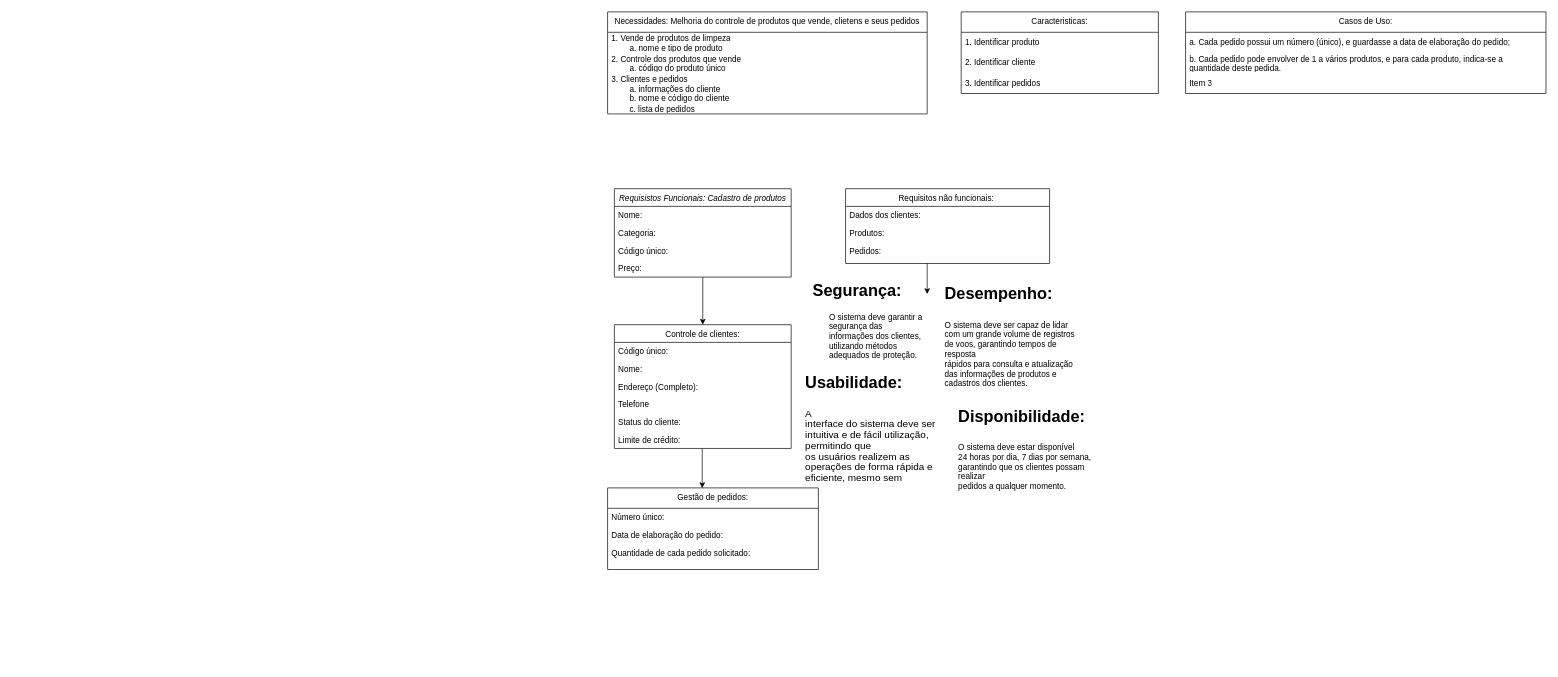
Before: Diagrama sem nome.drawio in eCsmDv/eduardomarques, a draw.io diagram. Source tidied: cells renumbered, new cells numbered last; positions are measured from the earlier drawing's top-left corner, leaving out a move shared by most shapes. Both pictures are drawn from the tidied source at 68%, with x=0, y=0 at pixel (607, 12).
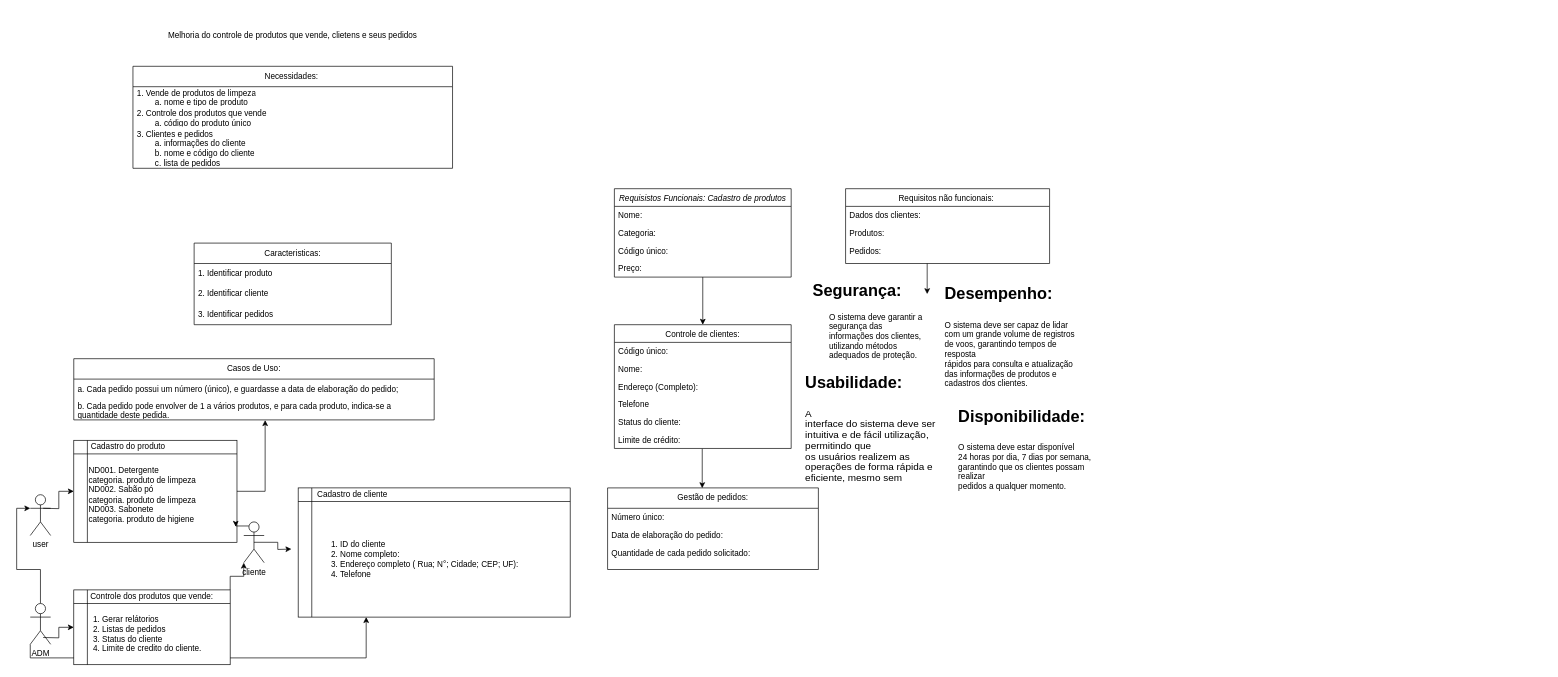
The same page after the edit.

Unchanged cells that the change refers to:
```xml
<mxCell id="33" value="b. Cada pedido pode envolver de 1 a vários produtos, e para cada produto, indica-se a quantidade deste pedida." style="text;strokeColor=none;fillColor=none;align=left;verticalAlign=middle;spacingLeft=4;spacingRight=4;overflow=hidden;points=[[0,0.5],[1,0.5]];portConstraint=eastwest;whiteSpace=wrap;html=1;" parent="31" vertex="1">
  <mxGeometry y="60" width="530" height="30" as="geometry" />
</mxCell>
```

Diff of the diagram source:
```diff
@@
-    <mxCell id="23" value="Necessidades: Melhoria do controle de produtos que vende, clietens e seus pedidos" style="swimlane;fontStyle=0;horizontal=1;startSize=30;whiteSpace=wrap;html=1;" parent="1" vertex="1">
-      <mxGeometry width="470" height="150" as="geometry" />
+    <mxCell id="23" value="Necessidades:&amp;nbsp;" style="swimlane;fontStyle=0;horizontal=1;startSize=30;whiteSpace=wrap;html=1;" parent="1" vertex="1">
+      <mxGeometry x="-698" y="80" width="470" height="150" as="geometry" />
     </mxCell>
@@
     <mxCell id="27" value="Caracteristicas:" style="swimlane;fontStyle=0;horizontal=1;startSize=30;whiteSpace=wrap;html=1;" parent="1" vertex="1">
-      <mxGeometry x="520" width="290" height="120" as="geometry" />
+      <mxGeometry x="-608" y="340" width="290" height="120" as="geometry" />
     </mxCell>
@@
     <mxCell id="31" value="Casos de Uso:" style="swimlane;fontStyle=0;horizontal=1;startSize=30;whiteSpace=wrap;html=1;" parent="1" vertex="1">
-      <mxGeometry x="850" width="530" height="120" as="geometry" />
+      <mxGeometry x="-785" y="510" width="530" height="90" as="geometry" />
     </mxCell>
@@
-    <mxCell id="34" value="Item 3" style="text;strokeColor=none;fillColor=none;align=left;verticalAlign=middle;spacingLeft=4;spacingRight=4;overflow=hidden;whiteSpace=wrap;html=1;" parent="31" vertex="1">
-      <mxGeometry y="90" width="530" height="30" as="geometry" />
-    </mxCell>
@@
+    <mxCell id="41" value="Melhoria do controle de produtos que vende, clietens e seus pedidos" style="text;html=1;align=center;verticalAlign=middle;whiteSpace=wrap;rounded=0;" parent="1" vertex="1">
+      <mxGeometry x="-663" y="20" width="400" height="30" as="geometry" />
+    </mxCell>
+    <mxCell id="42" style="edgeStyle=orthogonalEdgeStyle;rounded=0;jettySize=auto;html=1;exitX=0.5;exitY=0;exitDx=0;exitDy=0;exitPerimeter=0;" parent="1" edge="1" target="44">
+      <mxGeometry relative="1" as="geometry">
+        <mxPoint x="-830" y="730" as="sourcePoint" />
+      </mxGeometry>
+    </mxCell>
+    <mxCell id="43" value="user" style="shape=umlActor;verticalLabelPosition=bottom;verticalAlign=top;html=1;outlineConnect=0;" parent="1" vertex="1">
+      <mxGeometry x="-849" y="710" width="30" height="60" as="geometry" />
+    </mxCell>
+    <mxCell id="44" style="shape=internalStorage;whiteSpace=wrap;html=1;backgroundOutline=1;" parent="1" vertex="1">
+      <mxGeometry x="-785" y="630" width="240" height="150" as="geometry" />
+    </mxCell>
+    <mxCell id="45" value="Cadastro do produto" style="text;html=1;align=center;verticalAlign=middle;whiteSpace=wrap;rounded=0;" parent="1" vertex="1">
+      <mxGeometry x="-775" y="630" width="140" height="20" as="geometry" />
+    </mxCell>
+    <mxCell id="46" style="edgeStyle=orthogonalEdgeStyle;rounded=0;jettySize=auto;html=1;exitX=0.5;exitY=0.5;exitDx=0;exitDy=0;exitPerimeter=0;entryX=0;entryY=0.5;entryDx=0;entryDy=0;" parent="1" edge="1" target="50">
+      <mxGeometry relative="1" as="geometry">
+        <mxPoint x="-830" y="920" as="sourcePoint" />
+      </mxGeometry>
+    </mxCell>
+    <mxCell id="47" style="edgeStyle=orthogonalEdgeStyle;rounded=0;jettySize=auto;html=1;exitX=0.5;exitY=0;exitDx=0;exitDy=0;exitPerimeter=0;entryX=0;entryY=0.3333333333333333;entryDx=0;entryDy=0;entryPerimeter=0;" parent="1" edge="1" source="49" target="43">
+      <mxGeometry relative="1" as="geometry" />
+    </mxCell>
+    <mxCell id="48" style="edgeStyle=orthogonalEdgeStyle;rounded=0;jettySize=auto;html=1;exitX=0;exitY=1;exitDx=0;exitDy=0;exitPerimeter=0;entryX=0.25;entryY=1;entryDx=0;entryDy=0;" parent="1" edge="1" source="49" target="56">
+      <mxGeometry relative="1" as="geometry" />
+    </mxCell>
+    <mxCell id="49" value="ADM" style="shape=umlActor;verticalLabelPosition=bottom;verticalAlign=top;html=1;outlineConnect=0;" parent="1" vertex="1">
+      <mxGeometry x="-849" y="870" width="30" height="60" as="geometry" />
+    </mxCell>
+    <mxCell id="50" style="shape=internalStorage;whiteSpace=wrap;html=1;backgroundOutline=1;" parent="1" vertex="1">
+      <mxGeometry x="-785" y="850" width="230" height="110" as="geometry" />
+    </mxCell>
+    <mxCell id="51" value="Controle dos produtos que vende:" style="text;html=1;align=center;verticalAlign=middle;whiteSpace=wrap;rounded=0;" parent="1" vertex="1">
+      <mxGeometry x="-785" y="850" width="230" height="20" as="geometry" />
+    </mxCell>
+    <mxCell id="52" value="&lt;ol&gt;&lt;li&gt;Gerar relátorios&amp;nbsp;&lt;/li&gt;&lt;li&gt;Listas de pedidos&lt;/li&gt;&lt;li&gt;Status do cliente&lt;/li&gt;&lt;li&gt;Limite de credito do cliente.&lt;/li&gt;&lt;/ol&gt;" style="text;html=1;align=left;verticalAlign=middle;whiteSpace=wrap;rounded=0;" parent="1" vertex="1">
+      <mxGeometry x="-785" y="870" width="230" height="90" as="geometry" />
+    </mxCell>
+    <mxCell id="53" value="ND001. Detergente&lt;div&gt;categoria. produto de limpeza&lt;br&gt;&lt;div&gt;ND002. Sabão pó&lt;/div&gt;&lt;div&gt;categoria. produto de limpeza&lt;br&gt;&lt;/div&gt;&lt;div&gt;ND003. Sabonete&lt;/div&gt;&lt;/div&gt;&lt;div&gt;categoria. produto de higiene&lt;/div&gt;" style="text;html=1;align=left;verticalAlign=middle;whiteSpace=wrap;rounded=0;" parent="1" vertex="1">
+      <mxGeometry x="-765" y="650" width="210" height="120" as="geometry" />
+    </mxCell>
+    <mxCell id="54" style="edgeStyle=orthogonalEdgeStyle;rounded=0;jettySize=auto;html=1;exitX=0.5;exitY=0.5;exitDx=0;exitDy=0;exitPerimeter=0;" parent="1" edge="1" source="55">
+      <mxGeometry relative="1" as="geometry">
+        <mxPoint x="-465" y="790" as="targetPoint" />
+      </mxGeometry>
+    </mxCell>
+    <mxCell id="55" value="cliente" style="shape=umlActor;verticalLabelPosition=bottom;verticalAlign=top;html=1;outlineConnect=0;" parent="1" vertex="1">
+      <mxGeometry x="-535" y="750" width="30" height="60" as="geometry" />
+    </mxCell>
+    <mxCell id="56" style="shape=internalStorage;whiteSpace=wrap;html=1;backgroundOutline=1;" parent="1" vertex="1">
+      <mxGeometry x="-455" y="700" width="400" height="190" as="geometry" />
+    </mxCell>
+    <mxCell id="57" style="edgeStyle=orthogonalEdgeStyle;rounded=0;jettySize=auto;html=1;exitX=1;exitY=0.5;exitDx=0;exitDy=0;entryX=0.531;entryY=1.011;entryDx=0;entryDy=0;entryPerimeter=0;" parent="1" edge="1" source="44" target="33">
+      <mxGeometry relative="1" as="geometry" />
+    </mxCell>
+    <mxCell id="58" value="Cadastro de cliente" style="text;html=1;align=center;verticalAlign=middle;whiteSpace=wrap;rounded=0;" parent="1" vertex="1">
+      <mxGeometry x="-435" y="695" width="120" height="30" as="geometry" />
+    </mxCell>
+    <mxCell id="59" value="&lt;ol&gt;&lt;li&gt;ID do cliente&lt;/li&gt;&lt;li&gt;Nome completo:&lt;/li&gt;&lt;li&gt;Endereço completo ( Rua; N°; Cidade; CEP; UF):&lt;/li&gt;&lt;li&gt;Telefone&lt;/li&gt;&lt;/ol&gt;" style="text;html=1;align=left;verticalAlign=middle;whiteSpace=wrap;rounded=0;" parent="1" vertex="1">
+      <mxGeometry x="-435" y="720" width="370" height="170" as="geometry" />
+    </mxCell>
+    <mxCell id="60" style="edgeStyle=orthogonalEdgeStyle;rounded=0;jettySize=auto;html=1;exitX=0.25;exitY=0.1;exitDx=0;exitDy=0;exitPerimeter=0;entryX=0.993;entryY=0.847;entryDx=0;entryDy=0;entryPerimeter=0;" parent="1" edge="1" source="55" target="44">
+      <mxGeometry relative="1" as="geometry" />
+    </mxCell>
+    <mxCell id="61" style="edgeStyle=orthogonalEdgeStyle;rounded=0;jettySize=auto;html=1;exitX=1;exitY=0;exitDx=0;exitDy=0;entryX=0;entryY=1;entryDx=0;entryDy=0;entryPerimeter=0;" parent="1" edge="1" source="51" target="55">
+      <mxGeometry relative="1" as="geometry" />
+    </mxCell>
```
